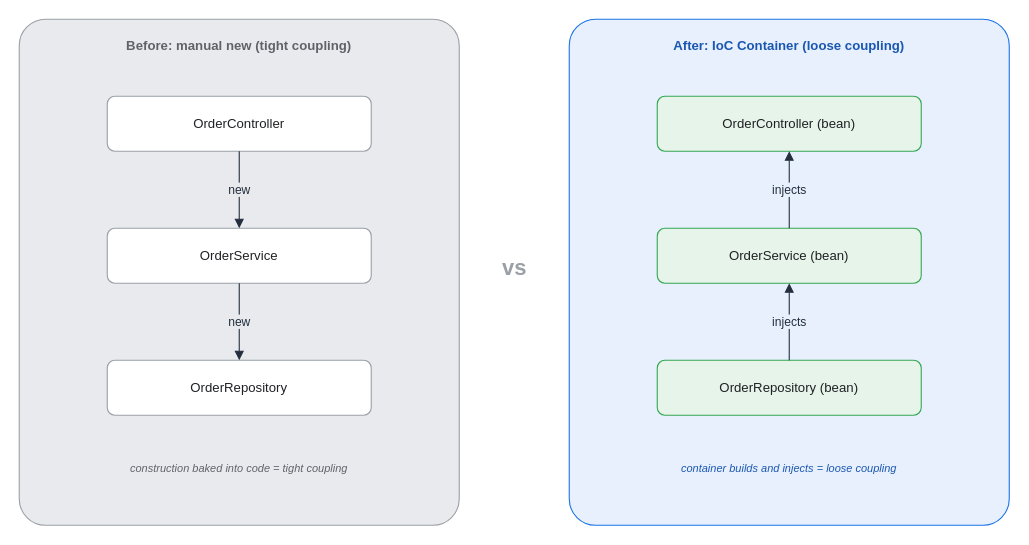
Above: assets/img/spring/spring-03-ioc-before-after.drawio in KKamJi98/kkamji98.github.io (draw.io), before the change. Source tidied: cells renumbered, new cells numbered last; positions are measured from the earlier drawing's top-left corner, leaving out a move shared by most shapes. Both pictures are drawn from the tidied source at 110%, with x=0, y=0 at pixel (19, 19).
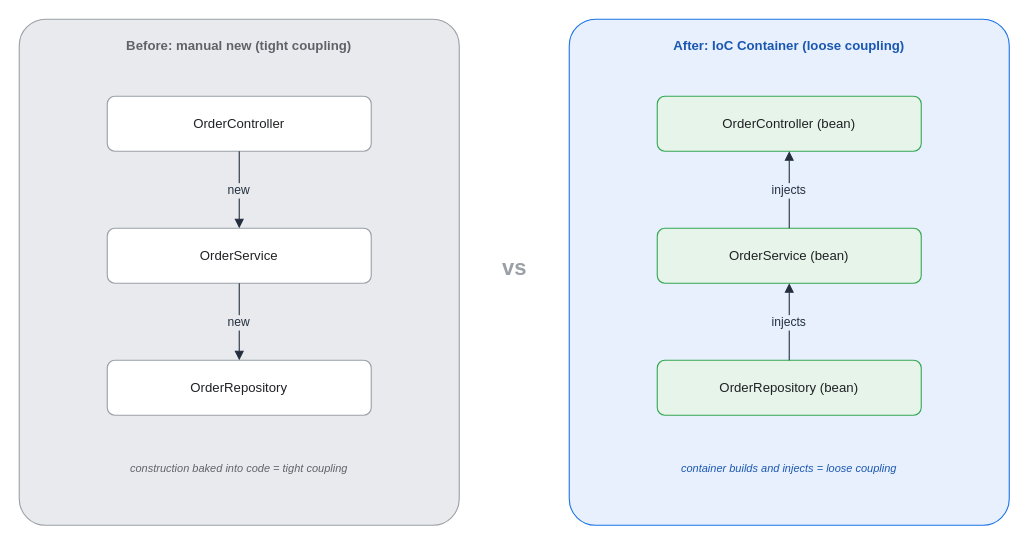
The same page after the edit.

What changed in the source:
```diff
@@
 <mxGraphModel background="#FFFFFF">
   <root>
     <mxCell id="0" />
     <mxCell id="1" parent="0" />
     <mxCell id="2" value="Before: manual new (tight coupling)" style="rounded=1;whiteSpace=wrap;html=1;arcSize=6;shadow=0;fillColor=#E8EAED;strokeColor=#9AA0A6;fontColor=#5F6368;fontStyle=1;verticalAlign=top;align=center;spacingTop=10;" parent="1" vertex="1">
       <mxGeometry width="400" height="460" as="geometry" />
     </mxCell>
     <mxCell id="3" value="After: IoC Container (loose coupling)" style="rounded=1;whiteSpace=wrap;html=1;arcSize=6;shadow=0;fillColor=#E8F0FE;strokeColor=#1A73E8;fontColor=#1A57B0;fontStyle=1;verticalAlign=top;align=center;spacingTop=10;" parent="1" vertex="1">
       <mxGeometry x="500" width="400" height="460" as="geometry" />
     </mxCell>
     <mxCell id="4" value="vs" style="text;html=1;align=center;verticalAlign=middle;fontSize=20;fontStyle=1;fontColor=#9AA0A6;" parent="1" vertex="1">
       <mxGeometry x="415" y="205" width="70" height="40" as="geometry" />
     </mxCell>
     <mxCell id="5" value="OrderController" style="rounded=1;whiteSpace=wrap;html=1;arcSize=14;shadow=0;fillColor=#FFFFFF;strokeColor=#9AA0A6;fontColor=#202124;" parent="1" vertex="1">
       <mxGeometry x="80" y="70" width="240" height="50" as="geometry" />
     </mxCell>
     <mxCell id="6" value="OrderService" style="rounded=1;whiteSpace=wrap;html=1;arcSize=14;shadow=0;fillColor=#FFFFFF;strokeColor=#9AA0A6;fontColor=#202124;" parent="1" vertex="1">
       <mxGeometry x="80" y="190" width="240" height="50" as="geometry" />
     </mxCell>
     <mxCell id="7" value="OrderRepository" style="rounded=1;whiteSpace=wrap;html=1;arcSize=14;shadow=0;fillColor=#FFFFFF;strokeColor=#9AA0A6;fontColor=#202124;" parent="1" vertex="1">
       <mxGeometry x="80" y="310" width="240" height="50" as="geometry" />
     </mxCell>
     <mxCell id="8" value="construction baked into code = tight coupling" style="text;html=1;align=center;verticalAlign=middle;whiteSpace=wrap;fontSize=10;fontColor=#5F6368;fontStyle=2;" parent="1" vertex="1">
       <mxGeometry x="20" y="388" width="360" height="40" as="geometry" />
     </mxCell>
     <mxCell id="9" value="OrderController (bean)" style="rounded=1;whiteSpace=wrap;html=1;arcSize=14;shadow=0;fillColor=#E6F4EA;strokeColor=#34A853;fontColor=#202124;" parent="1" vertex="1">
       <mxGeometry x="580" y="70" width="240" height="50" as="geometry" />
     </mxCell>
     <mxCell id="10" value="OrderService (bean)" style="rounded=1;whiteSpace=wrap;html=1;arcSize=14;shadow=0;fillColor=#E6F4EA;strokeColor=#34A853;fontColor=#202124;" parent="1" vertex="1">
       <mxGeometry x="580" y="190" width="240" height="50" as="geometry" />
     </mxCell>
     <mxCell id="11" value="OrderRepository (bean)" style="rounded=1;whiteSpace=wrap;html=1;arcSize=14;shadow=0;fillColor=#E6F4EA;strokeColor=#34A853;fontColor=#202124;" parent="1" vertex="1">
       <mxGeometry x="580" y="310" width="240" height="50" as="geometry" />
     </mxCell>
     <mxCell id="12" value="container builds and injects = loose coupling" style="text;html=1;align=center;verticalAlign=middle;whiteSpace=wrap;fontSize=10;fontColor=#1A57B0;fontStyle=2;" parent="1" vertex="1">
       <mxGeometry x="520" y="388" width="360" height="40" as="geometry" />
     </mxCell>
-    <mxCell id="13" value="new" style="edgeStyle=orthogonalEdgeStyle;rounded=1;html=1;fontColor=#232F3E;strokeColor=#232F3E;labelBackgroundColor=#E8EAED;endArrow=block;exitX=0.5;exitY=1;exitDx=0;exitDy=0;entryX=0.5;entryY=0;entryDx=0;entryDy=0;" parent="1" edge="1" source="5" target="6">
+    <mxCell id="13" value="new" style="edgeStyle=orthogonalEdgeStyle;rounded=1;html=0;fontColor=#232F3E;strokeColor=#232F3E;labelBackgroundColor=#E8EAED;endArrow=block;exitX=0.5;exitY=1;exitDx=0;exitDy=0;entryX=0.5;entryY=0;entryDx=0;entryDy=0;" parent="1" edge="1" source="5" target="6">
       <mxGeometry relative="1" as="geometry" />
     </mxCell>
-    <mxCell id="14" value="new" style="edgeStyle=orthogonalEdgeStyle;rounded=1;html=1;fontColor=#232F3E;strokeColor=#232F3E;labelBackgroundColor=#E8EAED;endArrow=block;exitX=0.5;exitY=1;exitDx=0;exitDy=0;entryX=0.5;entryY=0;entryDx=0;entryDy=0;" parent="1" edge="1" source="6" target="7">
+    <mxCell id="14" value="new" style="edgeStyle=orthogonalEdgeStyle;rounded=1;html=0;fontColor=#232F3E;strokeColor=#232F3E;labelBackgroundColor=#E8EAED;endArrow=block;exitX=0.5;exitY=1;exitDx=0;exitDy=0;entryX=0.5;entryY=0;entryDx=0;entryDy=0;" parent="1" edge="1" source="6" target="7">
       <mxGeometry relative="1" as="geometry" />
     </mxCell>
-    <mxCell id="15" value="injects" style="edgeStyle=orthogonalEdgeStyle;rounded=1;html=1;fontColor=#232F3E;strokeColor=#232F3E;labelBackgroundColor=#E8F0FE;endArrow=block;exitX=0.5;exitY=0;exitDx=0;exitDy=0;entryX=0.5;entryY=1;entryDx=0;entryDy=0;" parent="1" edge="1" source="11" target="10">
+    <mxCell id="15" value="injects" style="edgeStyle=orthogonalEdgeStyle;rounded=1;html=0;fontColor=#232F3E;strokeColor=#232F3E;labelBackgroundColor=#E8F0FE;endArrow=block;exitX=0.5;exitY=0;exitDx=0;exitDy=0;entryX=0.5;entryY=1;entryDx=0;entryDy=0;" parent="1" edge="1" source="11" target="10">
       <mxGeometry relative="1" as="geometry" />
     </mxCell>
-    <mxCell id="16" value="injects" style="edgeStyle=orthogonalEdgeStyle;rounded=1;html=1;fontColor=#232F3E;strokeColor=#232F3E;labelBackgroundColor=#E8F0FE;endArrow=block;exitX=0.5;exitY=0;exitDx=0;exitDy=0;entryX=0.5;entryY=1;entryDx=0;entryDy=0;" parent="1" edge="1" source="10" target="9">
+    <mxCell id="16" value="injects" style="edgeStyle=orthogonalEdgeStyle;rounded=1;html=0;fontColor=#232F3E;strokeColor=#232F3E;labelBackgroundColor=#E8F0FE;endArrow=block;exitX=0.5;exitY=0;exitDx=0;exitDy=0;entryX=0.5;entryY=1;entryDx=0;entryDy=0;" parent="1" edge="1" source="10" target="9">
       <mxGeometry relative="1" as="geometry" />
     </mxCell>
   </root>
 </mxGraphModel>
```
